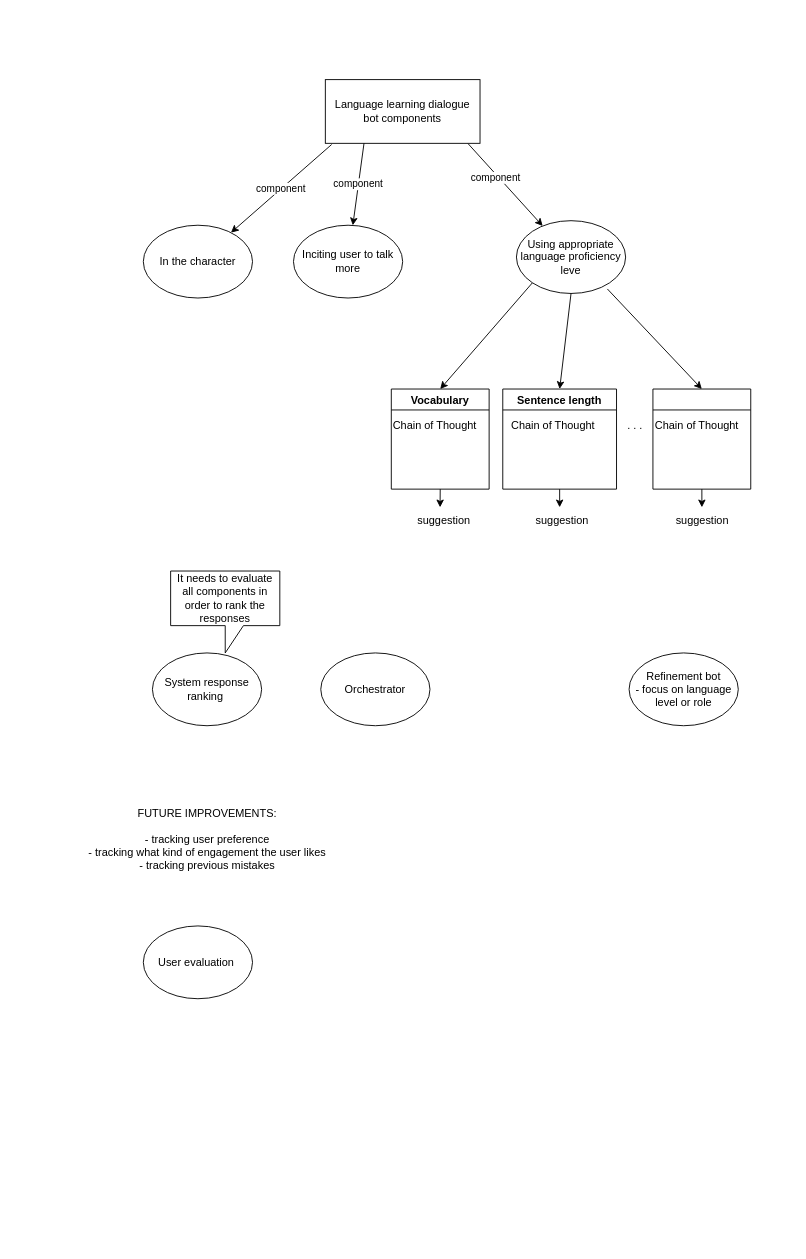
Above: diagrams/feedback_framework.drawio in doXrayAI/LinguaAI (draw.io), before the change. Source tidied: cells renumbered, new cells numbered last; positions are measured from the earlier drawing's top-left corner, leaving out a move shared by most shapes. Both pictures are drawn from the tidied source at 91%, with x=0, y=0 at pixel (79, 25).
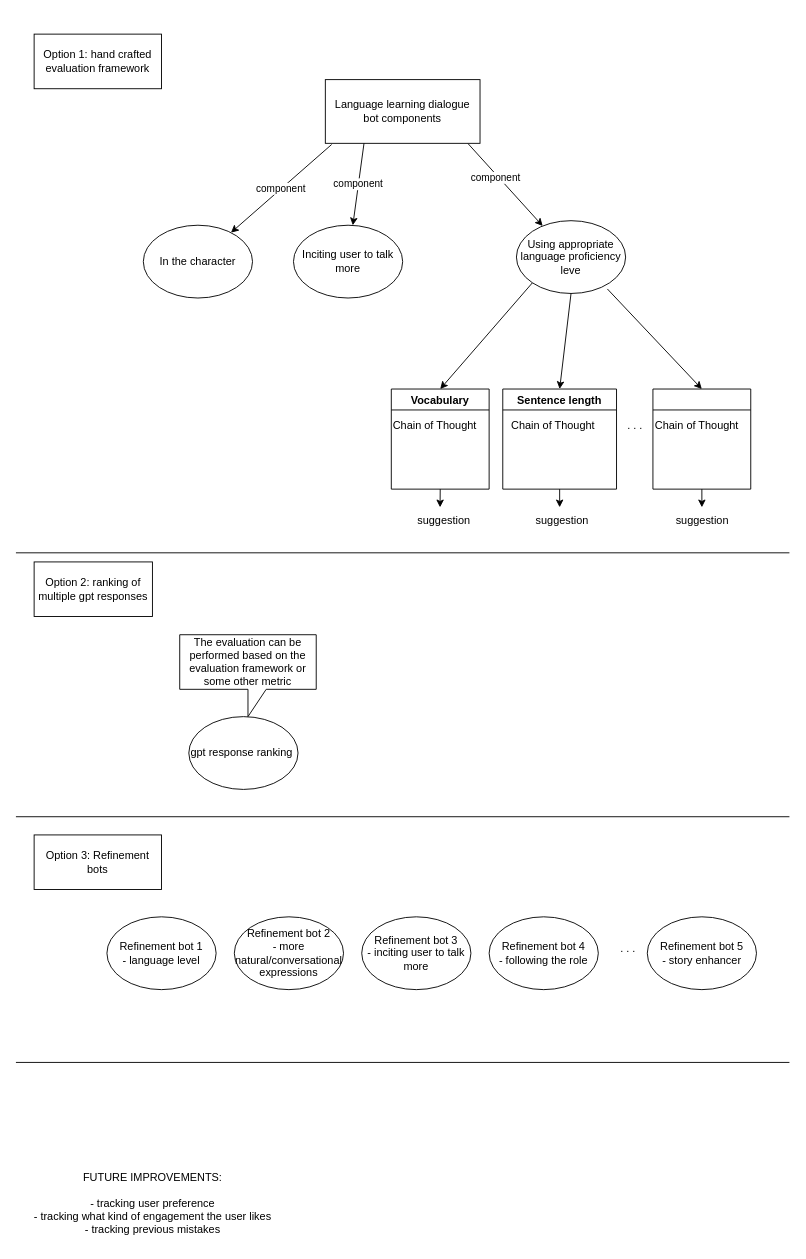
Above is the later version.

Commit message (it also covers changes not shown here):
Role following refinement analysis

Diff of the diagram source:
```diff
@@
-    <mxCell id="9" value="System response ranking&amp;nbsp;" style="ellipse;whiteSpace=wrap;html=1;" parent="1" vertex="1">
-      <mxGeometry x="80" y="690" width="120" height="80" as="geometry" />
+    <mxCell id="9" value="gpt response ranking&amp;nbsp;" style="ellipse;whiteSpace=wrap;html=1;" parent="1" vertex="1">
+      <mxGeometry x="120" y="760" width="120" height="80" as="geometry" />
     </mxCell>
-    <mxCell id="10" value="It needs to evaluate all components in order to rank the responses" style="shape=callout;whiteSpace=wrap;html=1;perimeter=calloutPerimeter;" parent="1" vertex="1">
-      <mxGeometry x="100" y="600" width="120" height="90" as="geometry" />
+    <mxCell id="10" value="The evaluation can be performed based on the evaluation framework or some other metric" style="shape=callout;whiteSpace=wrap;html=1;perimeter=calloutPerimeter;" parent="1" vertex="1">
+      <mxGeometry x="110" y="670" width="150" height="90" as="geometry" />
     </mxCell>
-    <mxCell id="11" value="Orchestrator" style="ellipse;whiteSpace=wrap;html=1;" parent="1" vertex="1">
-      <mxGeometry x="265" y="690" width="120" height="80" as="geometry" />
-    </mxCell>
-    <mxCell id="12" value="User evaluation&amp;nbsp;" style="ellipse;whiteSpace=wrap;html=1;" parent="1" vertex="1">
-      <mxGeometry x="70" y="990" width="120" height="80" as="geometry" />
-    </mxCell>
@@
-    <mxCell id="30" value="Refinement bot&lt;br&gt;- focus on language level or role" style="ellipse;whiteSpace=wrap;html=1;" parent="1" vertex="1">
-      <mxGeometry x="603.8" y="690" width="120" height="80" as="geometry" />
+    <mxCell id="30" value="Refinement bot 1&lt;br&gt;- language level" style="ellipse;whiteSpace=wrap;html=1;" parent="1" vertex="1">
+      <mxGeometry x="30" y="980" width="120" height="80" as="geometry" />
     </mxCell>
     <mxCell id="31" value="FUTURE IMPROVEMENTS:&lt;br&gt;&lt;br&gt;- tracking user preference&lt;br&gt;- tracking what kind of engagement the user likes&lt;br&gt;- tracking previous mistakes" style="text;html=1;align=center;verticalAlign=middle;strokeColor=none;fillColor=none;" parent="1" vertex="1">
-      <mxGeometry y="850" width="280" height="90" as="geometry" />
+      <mxGeometry x="-60" y="1250" width="280" height="90" as="geometry" />
     </mxCell>
+    <mxCell id="32" value="Option 1: hand crafted evaluation framework" style="whiteSpace=wrap;html=1;" parent="1" vertex="1">
+      <mxGeometry x="-50" y="10" width="140" height="60" as="geometry" />
+    </mxCell>
+    <mxCell id="33" value="Option 2: ranking of multiple gpt responses" style="whiteSpace=wrap;html=1;" parent="1" vertex="1">
+      <mxGeometry x="-50" y="590" width="130" height="60" as="geometry" />
+    </mxCell>
+    <mxCell id="34" value="Option 3: Refinement bots" style="whiteSpace=wrap;html=1;" parent="1" vertex="1">
+      <mxGeometry x="-50" y="890" width="140" height="60" as="geometry" />
+    </mxCell>
+    <mxCell id="35" value="Refinement bot 2&lt;br&gt;- more natural/conversational expressions" style="ellipse;whiteSpace=wrap;html=1;" parent="1" vertex="1">
+      <mxGeometry x="170" y="980" width="120" height="80" as="geometry" />
+    </mxCell>
+    <mxCell id="36" value="Refinement bot 3&lt;br&gt;- inciting user to talk more" style="ellipse;whiteSpace=wrap;html=1;" parent="1" vertex="1">
+      <mxGeometry x="310" y="980" width="120" height="80" as="geometry" />
+    </mxCell>
+    <mxCell id="37" value="Refinement bot 4&lt;br&gt;- following the role" style="ellipse;whiteSpace=wrap;html=1;" parent="1" vertex="1">
+      <mxGeometry x="450" y="980" width="120" height="80" as="geometry" />
+    </mxCell>
+    <mxCell id="38" value=". . .&amp;nbsp;" style="text;html=1;align=center;verticalAlign=middle;strokeColor=none;fillColor=none;" parent="1" vertex="1">
+      <mxGeometry x="583.8" y="1000" width="40" height="30" as="geometry" />
+    </mxCell>
+    <mxCell id="39" value="Refinement bot 5&lt;br&gt;- story enhancer" style="ellipse;whiteSpace=wrap;html=1;" parent="1" vertex="1">
+      <mxGeometry x="623.8" y="980" width="120" height="80" as="geometry" />
+    </mxCell>
+    <mxCell id="40" style="endArrow=none;html=1;" parent="1" edge="1">
+      <mxGeometry relative="1" as="geometry">
+        <mxPoint x="-70" y="580" as="sourcePoint" />
+        <mxPoint x="780" y="580" as="targetPoint" />
+      </mxGeometry>
+    </mxCell>
+    <mxCell id="41" style="endArrow=none;html=1;" parent="1" edge="1">
+      <mxGeometry relative="1" as="geometry">
+        <mxPoint x="-70" y="870" as="sourcePoint" />
+        <mxPoint x="780" y="870" as="targetPoint" />
+      </mxGeometry>
+    </mxCell>
+    <mxCell id="42" style="endArrow=none;html=1;" parent="1" edge="1">
+      <mxGeometry relative="1" as="geometry">
+        <mxPoint x="-70" y="1140" as="sourcePoint" />
+        <mxPoint x="780" y="1140" as="targetPoint" />
+      </mxGeometry>
+    </mxCell>
```
